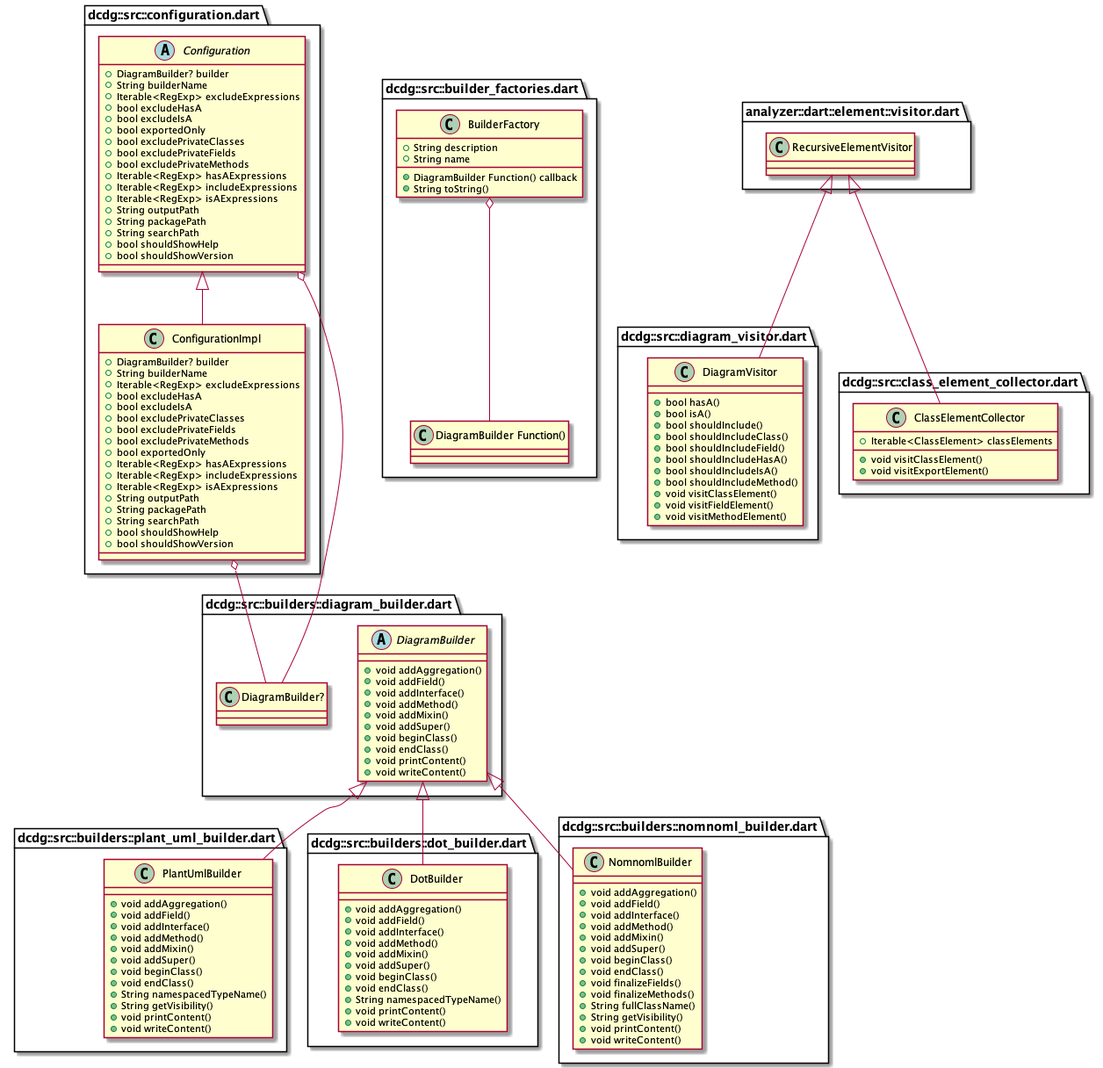
Above: example/dcdg.png in glesica/dcdg.dart (PlantUML), before the change.
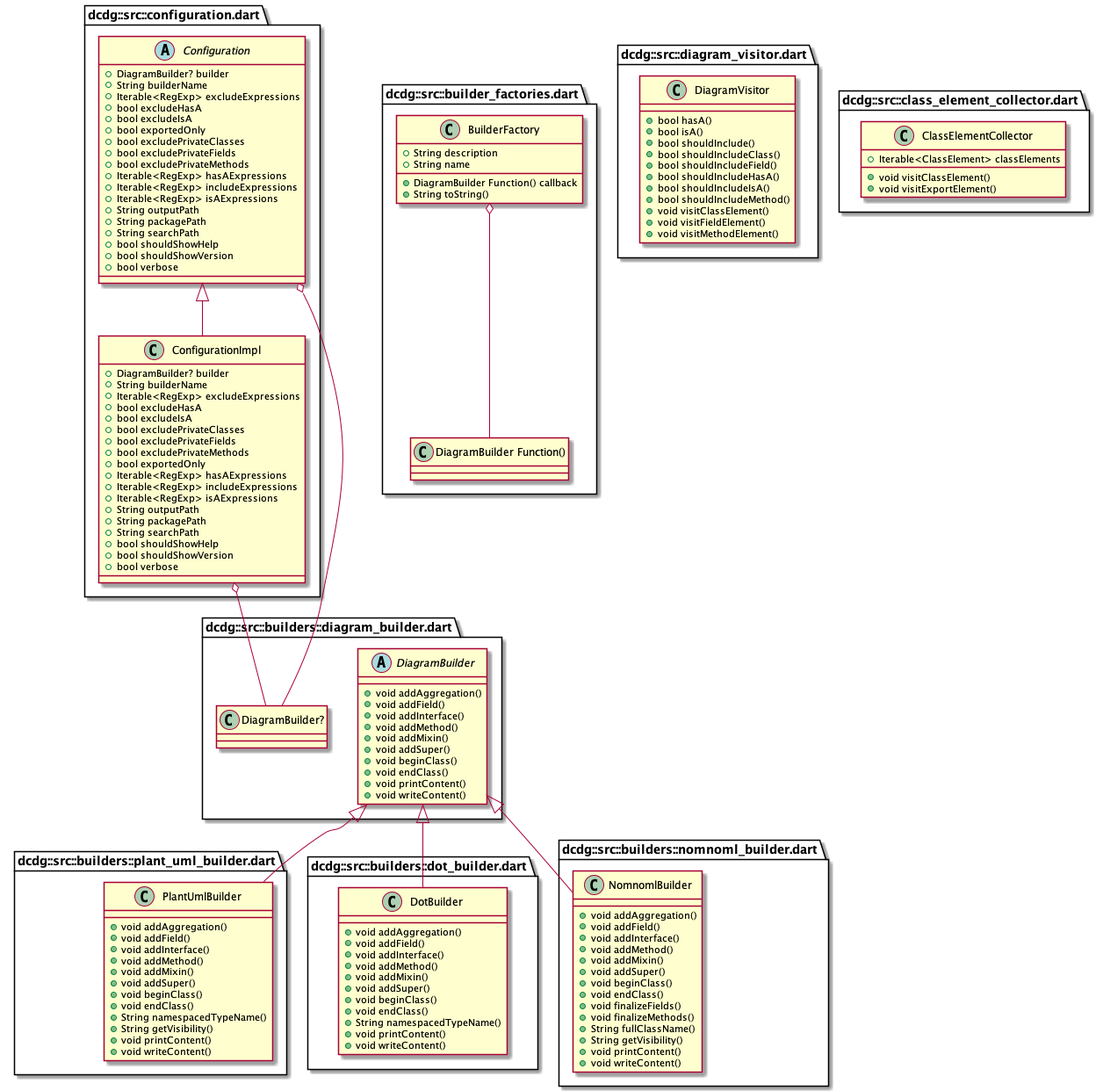
Later version of the same file.

The edit, as a diff of the source:
```diff
@@ -93,6 +93,7 @@
   +String searchPath
   +bool shouldShowHelp
   +bool shouldShowVersion
+  +bool verbose
 }
 
 "dcdg::src::configuration.dart::Configuration" o-- "dcdg::src::builders::diagram_builder.dart::DiagramBuilder?"
@@ -115,6 +116,7 @@
   +String searchPath
   +bool shouldShowHelp
   +bool shouldShowVersion
+  +bool verbose
 }
 
 "dcdg::src::configuration.dart::ConfigurationImpl" o-- "dcdg::src::builders::diagram_builder.dart::DiagramBuilder?"
@@ -134,15 +136,11 @@
   +void visitMethodElement()
 }
 
-"analyzer::dart::element::visitor.dart::RecursiveElementVisitor" <|-- "dcdg::src::diagram_visitor.dart::DiagramVisitor"
-
 class "dcdg::src::class_element_collector.dart::ClassElementCollector" {
   +Iterable<ClassElement> classElements
   +void visitClassElement()
   +void visitExportElement()
 }
 
-"analyzer::dart::element::visitor.dart::RecursiveElementVisitor" <|-- "dcdg::src::class_element_collector.dart::ClassElementCollector"
-
 
 @enduml
```
